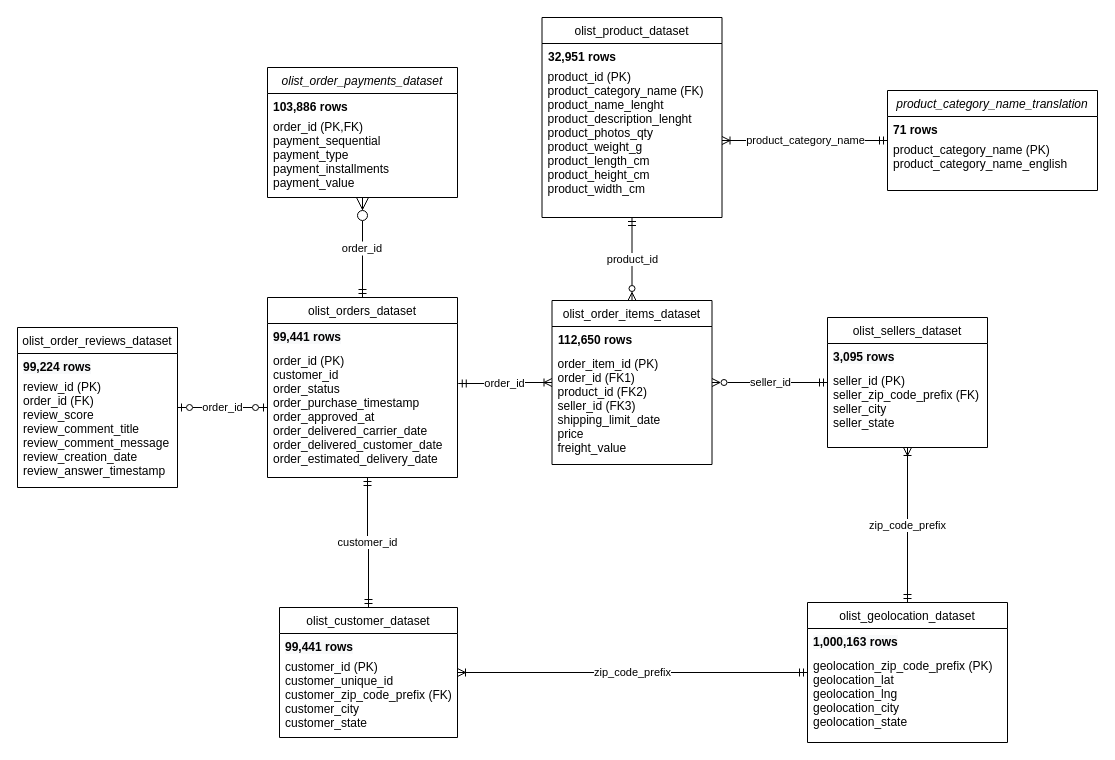
csanry/dsb keeps this draw.io diagram as image/er.drawio. Above is the earlier version. Source tidied: cells renumbered, new cells numbered last; positions are measured from the earlier drawing's top-left corner, leaving out a move shared by most shapes. Both pictures are drawn from the tidied source at 100%, with x=0, y=0 at pixel (17, 17).
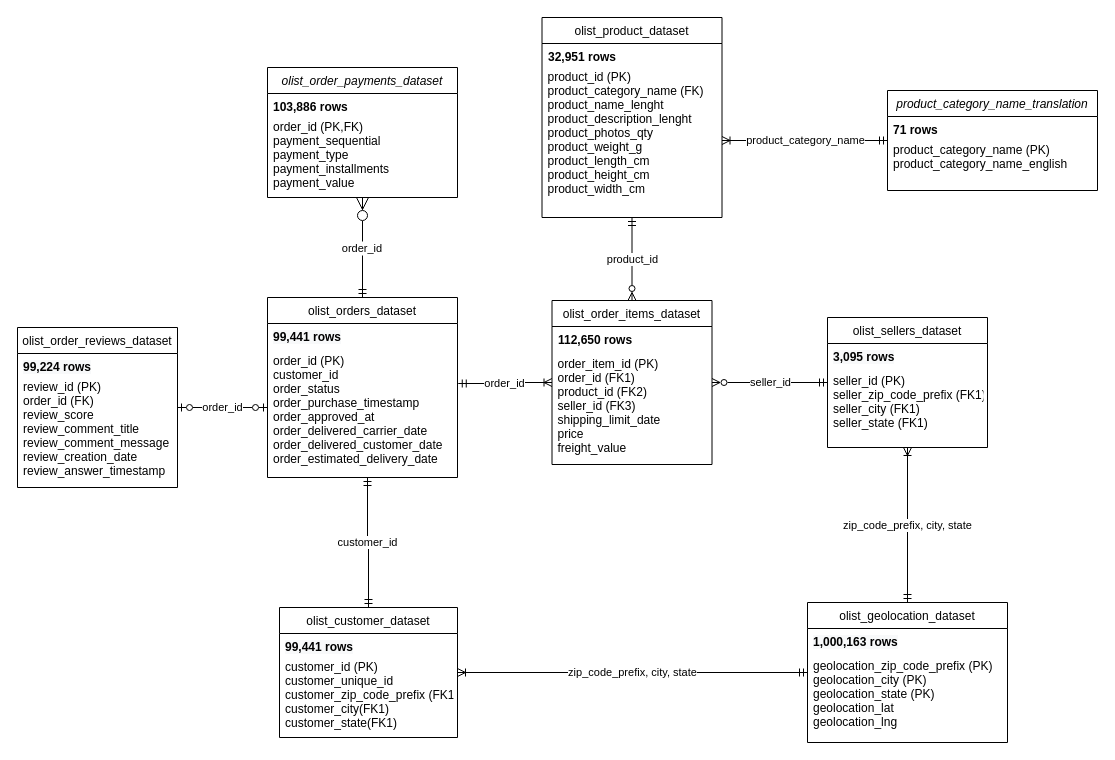
Above is the later version.

The change refers to these unchanged cells:
```xml
<mxCell id="18" value="olist_sellers_dataset" style="swimlane;fontStyle=0;align=center;verticalAlign=top;horizontal=1;startSize=26;rounded=0;shadow=0;strokeWidth=1;" parent="1" vertex="1">
  <mxGeometry x="810" y="300" width="160" height="130" as="geometry" />
</mxCell>
<mxCell id="21" value="olist_geolocation_dataset" style="swimlane;fontStyle=0;align=center;verticalAlign=top;horizontal=1;startSize=26;rounded=0;shadow=0;strokeWidth=1;" parent="1" vertex="1">
  <mxGeometry x="790" y="585" width="200" height="140" as="geometry" />
</mxCell>
<mxCell id="25" value="olist_customer_dataset" style="swimlane;fontStyle=0;align=center;verticalAlign=top;horizontal=1;startSize=26;rounded=0;shadow=0;strokeWidth=1;" parent="1" vertex="1">
  <mxGeometry x="262" y="590" width="178" height="130" as="geometry" />
</mxCell>
```

The edit, as a diff of the source:
```diff
@@
-    <mxCell id="17" value="zip_code_prefix" style="edgeStyle=orthogonalEdgeStyle;rounded=0;jettySize=auto;html=1;endArrow=ERmandOne;endFill=0;startArrow=ERoneToMany;startFill=0;" parent="1" edge="1" source="18" target="21">
+    <mxCell id="17" value="zip_code_prefix, city, state" style="edgeStyle=orthogonalEdgeStyle;rounded=0;jettySize=auto;html=1;endArrow=ERmandOne;endFill=0;startArrow=ERoneToMany;startFill=0;" parent="1" edge="1" source="18" target="21">
       <mxGeometry relative="1" as="geometry" />
     </mxCell>
@@
-    <mxCell id="20" value="seller_id (PK)&#10;seller_zip_code_prefix (FK)&#10;seller_city&#10;seller_state&#10; " style="text;align=left;verticalAlign=top;spacingLeft=4;spacingRight=4;overflow=hidden;" parent="18" vertex="1">
+    <mxCell id="20" value="seller_id (PK)&#10;seller_zip_code_prefix (FK1)&#10;seller_city (FK1)&#10;seller_state (FK1)&#10; " style="text;align=left;verticalAlign=top;spacingLeft=4;spacingRight=4;overflow=hidden;" parent="18" vertex="1">
       <mxGeometry y="50" width="160" height="74" as="geometry" />
     </mxCell>
@@
-    <mxCell id="23" value="geolocation_zip_code_prefix (PK)&#10;geolocation_lat&#10;geolocation_lng&#10;geolocation_city&#10;geolocation_state&#10; " style="text;align=left;verticalAlign=top;spacingLeft=4;spacingRight=4;overflow=hidden;" parent="21" vertex="1">
+    <mxCell id="23" value="geolocation_zip_code_prefix (PK)&#10;geolocation_city (PK)&#10;geolocation_state (PK)&#10;geolocation_lat&#10;geolocation_lng&#10; " style="text;align=left;verticalAlign=top;spacingLeft=4;spacingRight=4;overflow=hidden;" parent="21" vertex="1">
       <mxGeometry y="50" width="200" height="84" as="geometry" />
     </mxCell>
@@
-    <mxCell id="27" value="customer_id (PK)&#10;customer_unique_id&#10;customer_zip_code_prefix (FK)&#10;customer_city&#10;customer_state&#10; " style="text;align=left;verticalAlign=top;spacingLeft=4;spacingRight=4;overflow=hidden;" parent="25" vertex="1">
+    <mxCell id="27" value="customer_id (PK)&#10;customer_unique_id&#10;customer_zip_code_prefix (FK1)&#10;customer_city(FK1)&#10;customer_state(FK1)&#10; " style="text;align=left;verticalAlign=top;spacingLeft=4;spacingRight=4;overflow=hidden;" parent="25" vertex="1">
       <mxGeometry y="46" width="178" height="84" as="geometry" />
     </mxCell>
@@
-    <mxCell id="33" value="zip_code_prefix" style="edgeStyle=orthogonalEdgeStyle;rounded=0;jettySize=auto;html=1;entryX=0;entryY=0.5;entryDx=0;entryDy=0;startArrow=ERoneToMany;startFill=0;endArrow=ERmandOne;endFill=0;exitX=1;exitY=0.5;exitDx=0;exitDy=0;" parent="1" edge="1" source="25" target="21">
+    <mxCell id="33" value="zip_code_prefix, city, state" style="edgeStyle=orthogonalEdgeStyle;rounded=0;jettySize=auto;html=1;entryX=0;entryY=0.5;entryDx=0;entryDy=0;startArrow=ERoneToMany;startFill=0;endArrow=ERmandOne;endFill=0;exitX=1;exitY=0.5;exitDx=0;exitDy=0;" parent="1" edge="1" source="25" target="21">
       <mxGeometry relative="1" as="geometry" />
     </mxCell>
```
